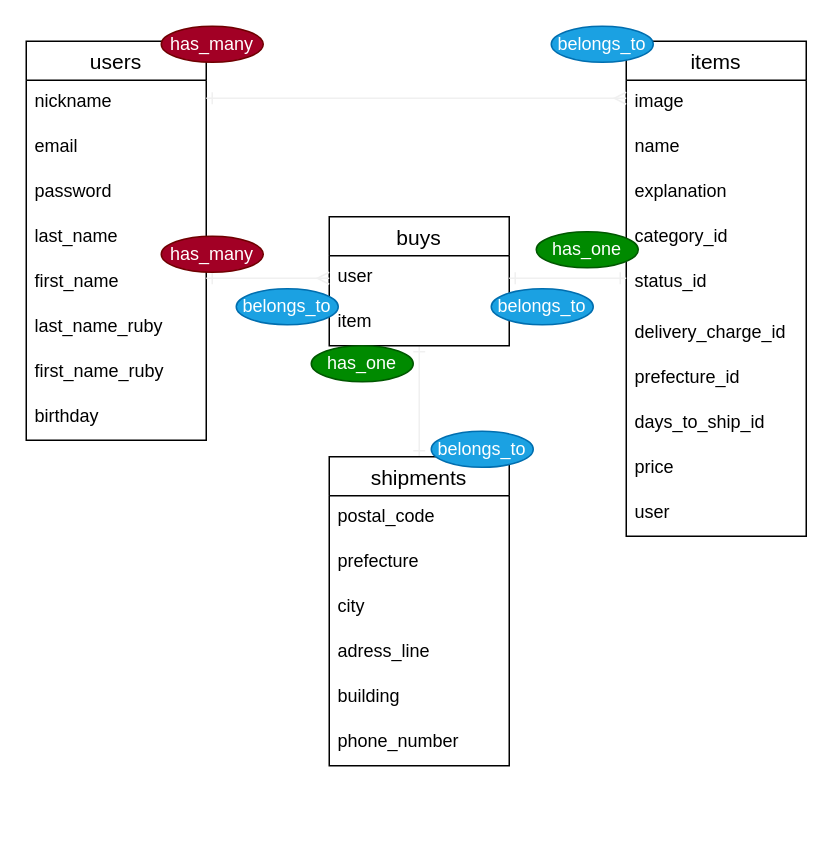
This is ER図.dio from horihory/furima-37320, a draw.io file, before an edit. Source tidied: cells renumbered, new cells numbered last; positions are measured from the earlier drawing's top-left corner, leaving out a move shared by most shapes. Both pictures are drawn from the tidied source at 150%, with x=0, y=0 at pixel (26, 26).
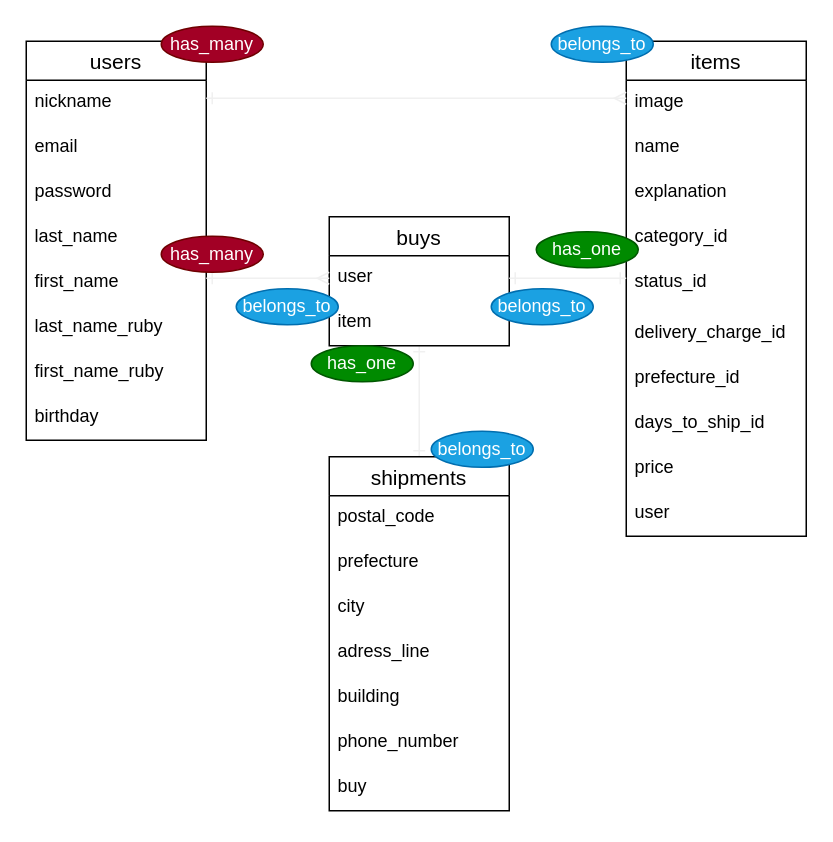
Above is the later version.

Commit message (it also covers changes not shown here):
ER図とREADMEの修正２

What changed in the source:
```diff
@@
     <mxCell id="27" value="shipments" style="swimlane;fontStyle=0;horizontal=1;startSize=26;align=center;fontSize=14;" parent="1" vertex="1">
-      <mxGeometry x="202" y="287" width="120" height="206" as="geometry" />
+      <mxGeometry x="202" y="287" width="120" height="236" as="geometry" />
     </mxCell>
@@
+    <mxCell id="44" value="buy" style="text;strokeColor=none;fillColor=none;spacingLeft=4;spacingRight=4;overflow=hidden;fontSize=12;" parent="27" vertex="1">
+      <mxGeometry y="206" width="120" height="30" as="geometry" />
+    </mxCell>
```
